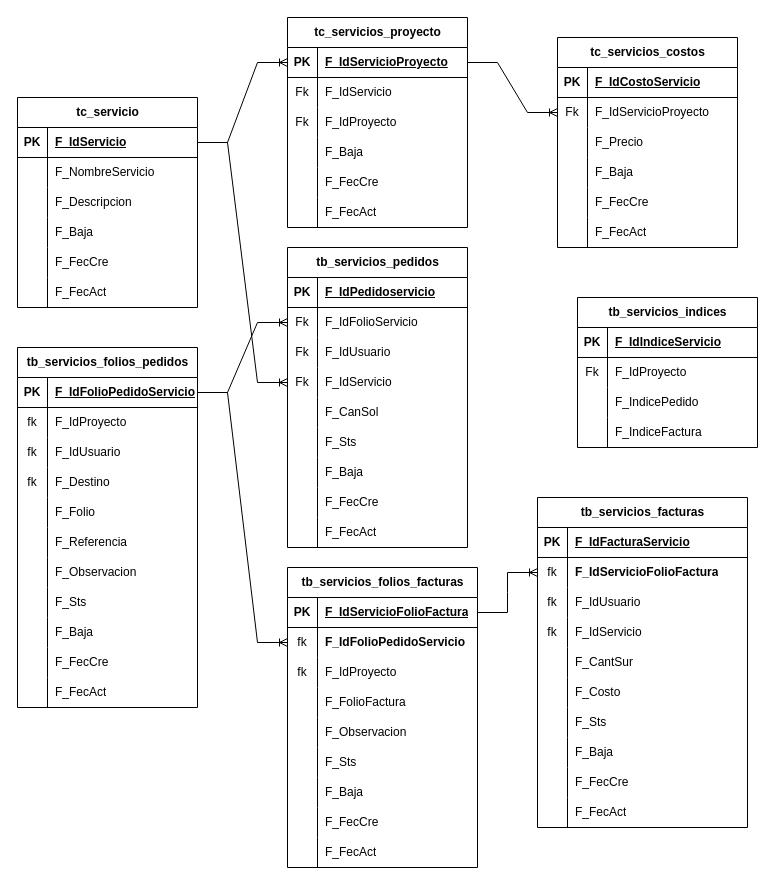
Before: RemisionesServiciosWms.drawio in ErnestoDanielTafoyaMolinaCYM/clases-cat-cym, a draw.io diagram. Source tidied: cells renumbered, new cells numbered last; positions are measured from the earlier drawing's top-left corner, leaving out a move shared by most shapes. Both pictures are drawn from the tidied source at 100%, with x=0, y=0 at pixel (17, 17).
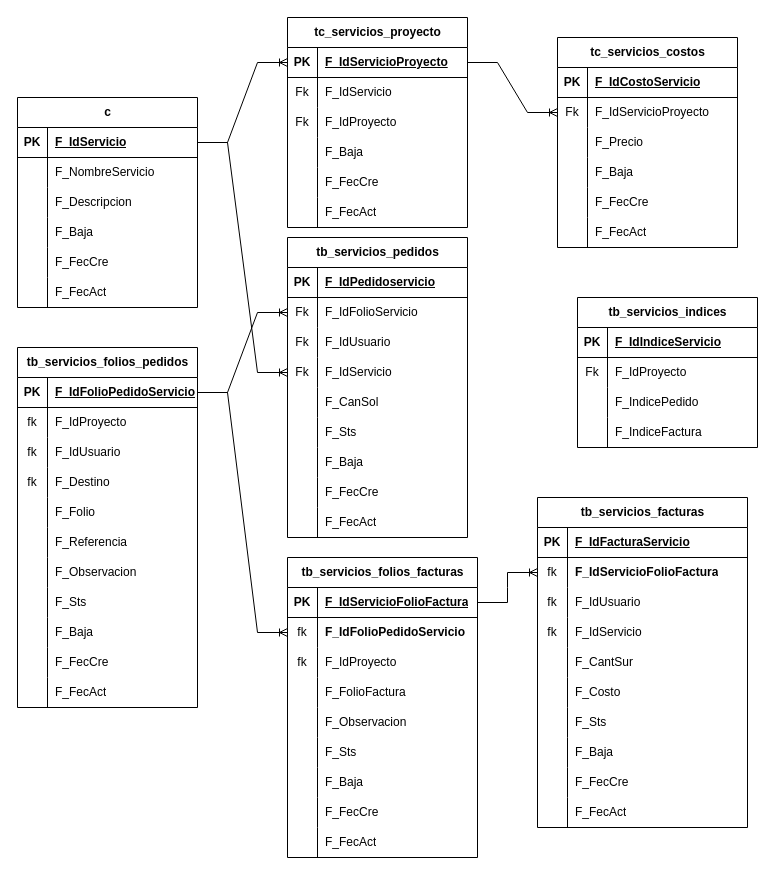
The same page after the edit.

What changed in the source:
```diff
@@
-    <mxCell id="2" value="tc_servicio" style="shape=table;startSize=30;childLayout=tableLayout;rowLines=0;fontStyle=1;align=center;html=1;" parent="1" vertex="1">
+    <mxCell id="2" value="c" style="shape=table;startSize=30;childLayout=tableLayout;rowLines=0;fontStyle=1;align=center;html=1;" parent="1" vertex="1">
       <mxGeometry y="80" width="180" height="210" as="geometry" />
     </mxCell>
@@
     <mxCell id="41" value="tb_servicios_pedidos" style="shape=table;startSize=30;childLayout=tableLayout;rowLines=0;fontStyle=1;align=center;html=1;" parent="1" vertex="1">
-      <mxGeometry x="270" y="230" width="180" height="300" as="geometry" />
+      <mxGeometry x="270" y="220" width="180" height="300" as="geometry" />
     </mxCell>
@@
     <mxCell id="168" value="tb_servicios_folios_facturas" style="shape=table;startSize=30;childLayout=tableLayout;rowLines=0;fontStyle=1;align=center;html=1;" parent="1" vertex="1">
-      <mxGeometry x="270" y="550" width="190" height="300" as="geometry" />
+      <mxGeometry x="270" y="540" width="190" height="300" as="geometry" />
     </mxCell>
```
